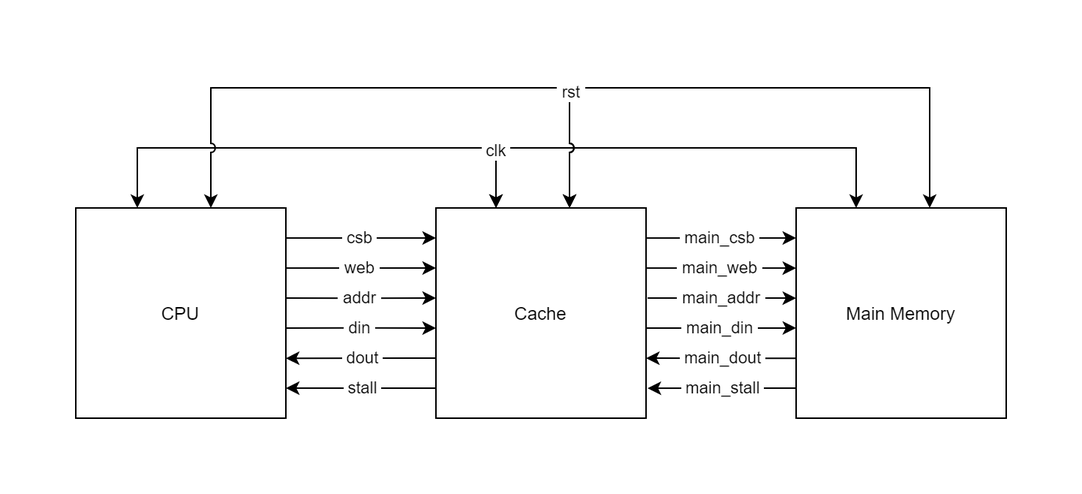
Above: images/port_diagram.png in VLSIDA/OpenCache (draw.io), before the change. Source tidied: cells renumbered, new cells last; positions are measured from the earlier drawing's top-left corner, leaving out a move shared by most shapes. Source of this version:
```xml
<mxGraphModel>
  <root>
    <mxCell id="0" />
    <mxCell id="1" parent="0" />
    <mxCell id="2" style="edgeStyle=orthogonalEdgeStyle;rounded=0;jettySize=auto;html=1;entryX=0.286;entryY=0;entryDx=0;entryDy=0;startArrow=classic;startFill=1;entryPerimeter=0;" parent="1" edge="1" target="7">
      <mxGeometry relative="1" as="geometry">
        <mxPoint x="41" y="80" as="sourcePoint" />
        <Array as="points">
          <mxPoint x="41" y="40" />
          <mxPoint x="280" y="40" />
        </Array>
      </mxGeometry>
    </mxCell>
    <mxCell id="3" value="CPU" style="whiteSpace=wrap;html=1;" parent="1" vertex="1">
      <mxGeometry y="80" width="140" height="140" as="geometry" />
    </mxCell>
    <mxCell id="4" value="Main Memory" style="whiteSpace=wrap;html=1;" parent="1" vertex="1">
      <mxGeometry x="480" y="80" width="140" height="140" as="geometry" />
    </mxCell>
    <mxCell id="5" style="edgeStyle=orthogonalEdgeStyle;rounded=0;jettySize=auto;html=1;startArrow=classic;startFill=1;" parent="1" edge="1" source="7">
      <mxGeometry relative="1" as="geometry">
        <mxPoint x="520" y="80" as="targetPoint" />
        <Array as="points">
          <mxPoint x="280" y="40" />
          <mxPoint x="520" y="40" />
          <mxPoint x="520" y="80" />
        </Array>
      </mxGeometry>
    </mxCell>
    <mxCell id="6" value="&amp;nbsp;clk&amp;nbsp;" style="edgeLabel;html=1;align=center;verticalAlign=middle;" parent="5" vertex="1">
      <mxGeometry x="-0.76" y="1" relative="1" as="geometry" />
    </mxCell>
    <mxCell id="7" value="Cache" style="whiteSpace=wrap;html=1;" parent="1" vertex="1">
      <mxGeometry x="240" y="80" width="140" height="140" as="geometry" />
    </mxCell>
    <mxCell id="8" value="&amp;nbsp;csb&amp;nbsp;" style="edgeStyle=orthogonalEdgeStyle;rounded=0;jettySize=auto;html=1;entryX=0;entryY=0.143;entryDx=0;entryDy=0;entryPerimeter=0;exitX=1;exitY=0.143;exitDx=0;exitDy=0;exitPerimeter=0;" parent="1" edge="1" source="3" target="7">
      <mxGeometry x="-0.01" relative="1" as="geometry" />
    </mxCell>
    <mxCell id="9" value="&amp;nbsp;web&amp;nbsp;" style="edgeStyle=orthogonalEdgeStyle;rounded=0;jettySize=auto;html=1;entryX=0;entryY=0.165;entryDx=0;entryDy=0;entryPerimeter=0;exitX=1;exitY=0.286;exitDx=0;exitDy=0;exitPerimeter=0;" parent="1" edge="1" source="3">
      <mxGeometry x="-0.01" relative="1" as="geometry">
        <mxPoint x="240" y="120" as="targetPoint" />
      </mxGeometry>
    </mxCell>
    <mxCell id="10" value="&amp;nbsp;addr&amp;nbsp;" style="edgeStyle=orthogonalEdgeStyle;rounded=0;jettySize=auto;html=1;entryX=0;entryY=0.165;entryDx=0;entryDy=0;entryPerimeter=0;exitX=1;exitY=0.429;exitDx=0;exitDy=0;exitPerimeter=0;" parent="1" edge="1" source="3">
      <mxGeometry x="-0.01" relative="1" as="geometry">
        <mxPoint x="240" y="140" as="targetPoint" />
      </mxGeometry>
    </mxCell>
    <mxCell id="11" value="&amp;nbsp;din&amp;nbsp;" style="edgeStyle=orthogonalEdgeStyle;rounded=0;jettySize=auto;html=1;entryX=0;entryY=0.165;entryDx=0;entryDy=0;entryPerimeter=0;exitX=1;exitY=0.571;exitDx=0;exitDy=0;exitPerimeter=0;" parent="1" edge="1" source="3">
      <mxGeometry x="-0.01" relative="1" as="geometry">
        <mxPoint x="240" y="160" as="targetPoint" />
      </mxGeometry>
    </mxCell>
    <mxCell id="12" value="&amp;nbsp;dout&amp;nbsp;" style="edgeStyle=orthogonalEdgeStyle;rounded=0;jettySize=auto;html=1;entryX=1;entryY=0.715;entryDx=0;entryDy=0;entryPerimeter=0;" parent="1" edge="1" target="3">
      <mxGeometry x="-0.01" relative="1" as="geometry">
        <mxPoint x="240" y="180" as="sourcePoint" />
        <Array as="points">
          <mxPoint x="220" y="180" />
        </Array>
      </mxGeometry>
    </mxCell>
    <mxCell id="13" value="&amp;nbsp;stall&amp;nbsp;" style="edgeStyle=orthogonalEdgeStyle;rounded=0;jettySize=auto;html=1;entryX=1;entryY=0.857;entryDx=0;entryDy=0;entryPerimeter=0;" parent="1" edge="1" target="3">
      <mxGeometry x="-0.01" relative="1" as="geometry">
        <mxPoint x="240" y="200" as="sourcePoint" />
      </mxGeometry>
    </mxCell>
    <mxCell id="14" value="&amp;nbsp;main_csb&amp;nbsp;" style="edgeStyle=orthogonalEdgeStyle;rounded=0;jettySize=auto;html=1;entryX=0;entryY=0.143;entryDx=0;entryDy=0;entryPerimeter=0;" parent="1" edge="1" target="4">
      <mxGeometry x="-0.01" relative="1" as="geometry">
        <mxPoint x="380" y="100" as="sourcePoint" />
      </mxGeometry>
    </mxCell>
    <mxCell id="15" value="&amp;nbsp;main_web&amp;nbsp;" style="edgeStyle=orthogonalEdgeStyle;rounded=0;jettySize=auto;html=1;entryX=0;entryY=0.286;entryDx=0;entryDy=0;entryPerimeter=0;" parent="1" edge="1" target="4">
      <mxGeometry x="-0.01" relative="1" as="geometry">
        <mxPoint x="380" y="120" as="sourcePoint" />
      </mxGeometry>
    </mxCell>
    <mxCell id="16" value="&amp;nbsp;main_addr&amp;nbsp;" style="edgeStyle=orthogonalEdgeStyle;rounded=0;jettySize=auto;html=1;entryX=0;entryY=0.429;entryDx=0;entryDy=0;entryPerimeter=0;" parent="1" edge="1" target="4">
      <mxGeometry x="-0.01" relative="1" as="geometry">
        <mxPoint x="381" y="140" as="sourcePoint" />
      </mxGeometry>
    </mxCell>
    <mxCell id="17" value="&amp;nbsp;main_din&amp;nbsp;" style="edgeStyle=orthogonalEdgeStyle;rounded=0;jettySize=auto;html=1;entryX=0;entryY=0.571;entryDx=0;entryDy=0;entryPerimeter=0;" parent="1" edge="1" target="4">
      <mxGeometry x="-0.01" relative="1" as="geometry">
        <mxPoint x="380" y="160" as="sourcePoint" />
      </mxGeometry>
    </mxCell>
    <mxCell id="18" value="&amp;nbsp;main_dout&amp;nbsp;" style="edgeStyle=orthogonalEdgeStyle;rounded=0;jettySize=auto;html=1;entryX=0;entryY=0.165;entryDx=0;entryDy=0;entryPerimeter=0;exitX=0;exitY=0.715;exitDx=0;exitDy=0;exitPerimeter=0;" parent="1" edge="1" source="4">
      <mxGeometry x="-0.01" relative="1" as="geometry">
        <mxPoint x="380" y="180" as="targetPoint" />
      </mxGeometry>
    </mxCell>
    <mxCell id="19" value="&amp;nbsp;main_stall&amp;nbsp;" style="edgeStyle=orthogonalEdgeStyle;rounded=0;jettySize=auto;html=1;entryX=0;entryY=0.165;entryDx=0;entryDy=0;entryPerimeter=0;exitX=0;exitY=0.857;exitDx=0;exitDy=0;exitPerimeter=0;" parent="1" edge="1" source="4">
      <mxGeometry x="-0.01" relative="1" as="geometry">
        <mxPoint x="381" y="200" as="targetPoint" />
      </mxGeometry>
    </mxCell>
    <mxCell id="20" style="edgeStyle=orthogonalEdgeStyle;rounded=0;orthogonalLoop=1;jettySize=auto;html=1;entryX=0.286;entryY=0;entryDx=0;entryDy=0;startArrow=classic;startFill=1;entryPerimeter=0;jumpStyle=arc;" parent="1" edge="1">
      <mxGeometry relative="1" as="geometry">
        <mxPoint x="90" y="80" as="sourcePoint" />
        <mxPoint x="329" y="80" as="targetPoint" />
        <Array as="points">
          <mxPoint x="90" />
          <mxPoint x="329" />
        </Array>
      </mxGeometry>
    </mxCell>
    <mxCell id="21" style="edgeStyle=orthogonalEdgeStyle;rounded=0;orthogonalLoop=1;jettySize=auto;html=1;startArrow=classic;startFill=1;jumpStyle=arc;" parent="1" edge="1">
      <mxGeometry relative="1" as="geometry">
        <mxPoint x="329" y="80" as="sourcePoint" />
        <mxPoint x="569" y="80" as="targetPoint" />
        <Array as="points">
          <mxPoint x="329" />
          <mxPoint x="569" />
        </Array>
      </mxGeometry>
    </mxCell>
    <mxCell id="22" value="&amp;nbsp;rst&amp;nbsp;" style="edgeLabel;html=1;align=center;verticalAlign=middle;" parent="21" vertex="1">
      <mxGeometry x="-0.61" relative="1" as="geometry" />
    </mxCell>
  </root>
</mxGraphModel>
```
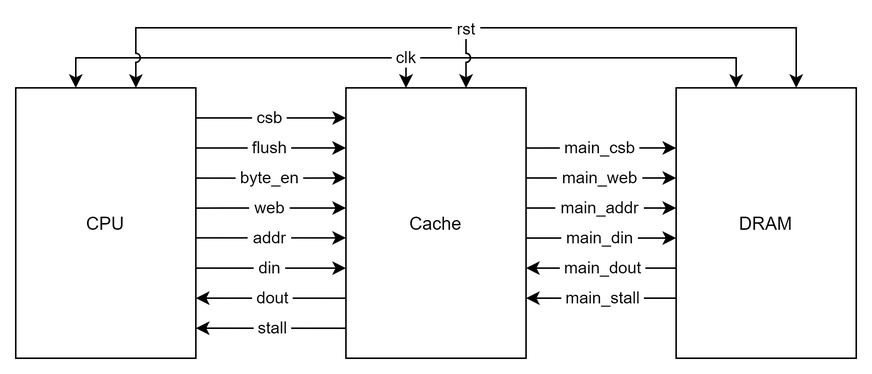
After the change.

Diff of the diagram source:
```diff
@@ -2,120 +2,155 @@
   <root>
     <mxCell id="0" />
     <mxCell id="1" parent="0" />
-    <mxCell id="2" style="edgeStyle=orthogonalEdgeStyle;rounded=0;jettySize=auto;html=1;entryX=0.286;entryY=0;entryDx=0;entryDy=0;startArrow=classic;startFill=1;entryPerimeter=0;" parent="1" edge="1" target="7">
+    <mxCell id="2" style="edgeStyle=orthogonalEdgeStyle;rounded=0;jettySize=auto;html=1;entryX=0.286;entryY=0;entryDx=0;entryDy=0;startArrow=classic;startFill=1;entryPerimeter=0;exitX=0.333;exitY=0;exitDx=0;exitDy=0;exitPerimeter=0;" parent="1" edge="1" source="16">
       <mxGeometry relative="1" as="geometry">
-        <mxPoint x="41" y="80" as="sourcePoint" />
+        <mxPoint x="1350" y="510" as="targetPoint" />
         <Array as="points">
-          <mxPoint x="41" y="40" />
-          <mxPoint x="280" y="40" />
+          <mxPoint x="1130" y="490" />
+          <mxPoint x="1350" y="490" />
         </Array>
       </mxGeometry>
     </mxCell>
-    <mxCell id="3" value="CPU" style="whiteSpace=wrap;html=1;" parent="1" vertex="1">
-      <mxGeometry y="80" width="140" height="140" as="geometry" />
+    <mxCell id="3" style="edgeStyle=orthogonalEdgeStyle;rounded=0;jettySize=auto;html=1;startArrow=classic;startFill=1;entryX=0.333;entryY=0;entryDx=0;entryDy=0;entryPerimeter=0;" parent="1" edge="1" target="20">
+      <mxGeometry relative="1" as="geometry">
+        <mxPoint x="1350" y="510" as="sourcePoint" />
+        <Array as="points">
+          <mxPoint x="1350" y="490" />
+          <mxPoint x="1570" y="490" />
+        </Array>
+      </mxGeometry>
     </mxCell>
-    <mxCell id="4" value="Main Memory" style="whiteSpace=wrap;html=1;" parent="1" vertex="1">
-      <mxGeometry x="480" y="80" width="140" height="140" as="geometry" />
+    <mxCell id="4" value="&amp;nbsp;clk&amp;nbsp;" style="edgeLabel;html=1;align=center;verticalAlign=middle;points=[];" parent="3" vertex="1">
+      <mxGeometry x="-0.76" y="1" relative="1" as="geometry">
+        <mxPoint x="-12" as="offset" />
+      </mxGeometry>
     </mxCell>
-    <mxCell id="5" style="edgeStyle=orthogonalEdgeStyle;rounded=0;jettySize=auto;html=1;startArrow=classic;startFill=1;" parent="1" edge="1" source="7">
-      <mxGeometry relative="1" as="geometry">
-        <mxPoint x="520" y="80" as="targetPoint" />
-        <Array as="points">
-          <mxPoint x="280" y="40" />
-          <mxPoint x="520" y="40" />
-          <mxPoint x="520" y="80" />
-        </Array>
+    <mxCell id="5" value="&amp;nbsp;csb&amp;nbsp;" style="edgeStyle=orthogonalEdgeStyle;rounded=0;orthogonalLoop=1;jettySize=auto;html=1;entryX=0;entryY=0.143;entryDx=0;entryDy=0;entryPerimeter=0;exitX=1;exitY=0.143;exitDx=0;exitDy=0;exitPerimeter=0;" parent="1" edge="1">
+      <mxGeometry x="-0.01" relative="1" as="geometry">
+        <mxPoint x="1210" y="530" as="sourcePoint" />
+        <mxPoint x="1310" y="530" as="targetPoint" />
       </mxGeometry>
     </mxCell>
-    <mxCell id="6" value="&amp;nbsp;clk&amp;nbsp;" style="edgeLabel;html=1;align=center;verticalAlign=middle;" parent="5" vertex="1">
-      <mxGeometry x="-0.76" y="1" relative="1" as="geometry" />
+    <mxCell id="6" value="&amp;nbsp;flush&amp;nbsp;" style="edgeStyle=orthogonalEdgeStyle;rounded=0;orthogonalLoop=1;jettySize=auto;html=1;entryX=0;entryY=0.165;entryDx=0;entryDy=0;entryPerimeter=0;exitX=1;exitY=0.286;exitDx=0;exitDy=0;exitPerimeter=0;" parent="1" edge="1">
+      <mxGeometry x="-0.01" relative="1" as="geometry">
+        <mxPoint x="1210" y="550" as="sourcePoint" />
+        <mxPoint x="1310" y="550" as="targetPoint" />
+      </mxGeometry>
     </mxCell>
-    <mxCell id="7" value="Cache" style="whiteSpace=wrap;html=1;" parent="1" vertex="1">
-      <mxGeometry x="240" y="80" width="140" height="140" as="geometry" />
+    <mxCell id="7" value="&amp;nbsp;addr&amp;nbsp;" style="edgeStyle=orthogonalEdgeStyle;rounded=0;orthogonalLoop=1;jettySize=auto;html=1;entryX=1;entryY=0.857;entryDx=0;entryDy=0;entryPerimeter=0;exitX=1;exitY=0.857;exitDx=0;exitDy=0;exitPerimeter=0;" parent="1" edge="1">
+      <mxGeometry x="-0.01" relative="1" as="geometry">
+        <mxPoint x="1210" y="609.9" as="sourcePoint" />
+        <mxPoint x="1310" y="609.9" as="targetPoint" />
+      </mxGeometry>
     </mxCell>
-    <mxCell id="8" value="&amp;nbsp;csb&amp;nbsp;" style="edgeStyle=orthogonalEdgeStyle;rounded=0;jettySize=auto;html=1;entryX=0;entryY=0.143;entryDx=0;entryDy=0;entryPerimeter=0;exitX=1;exitY=0.143;exitDx=0;exitDy=0;exitPerimeter=0;" parent="1" edge="1" source="3" target="7">
-      <mxGeometry x="-0.01" relative="1" as="geometry" />
+    <mxCell id="8" value="&amp;nbsp;main_csb&amp;nbsp;" style="edgeStyle=orthogonalEdgeStyle;rounded=0;orthogonalLoop=1;jettySize=auto;html=1;entryX=0;entryY=0.143;entryDx=0;entryDy=0;entryPerimeter=0;" parent="1" edge="1">
+      <mxGeometry x="-0.01" relative="1" as="geometry">
+        <mxPoint x="1430" y="550" as="sourcePoint" />
+        <mxPoint x="1530" y="550" as="targetPoint" />
+        <Array as="points">
+          <mxPoint x="1500" y="550" />
+          <mxPoint x="1500" y="550" />
+        </Array>
+      </mxGeometry>
     </mxCell>
-    <mxCell id="9" value="&amp;nbsp;web&amp;nbsp;" style="edgeStyle=orthogonalEdgeStyle;rounded=0;jettySize=auto;html=1;entryX=0;entryY=0.165;entryDx=0;entryDy=0;entryPerimeter=0;exitX=1;exitY=0.286;exitDx=0;exitDy=0;exitPerimeter=0;" parent="1" edge="1" source="3">
+    <mxCell id="9" value="&amp;nbsp;main_web&amp;nbsp;" style="edgeStyle=orthogonalEdgeStyle;rounded=0;orthogonalLoop=1;jettySize=auto;html=1;entryX=0;entryY=0.286;entryDx=0;entryDy=0;entryPerimeter=0;" parent="1" edge="1">
       <mxGeometry x="-0.01" relative="1" as="geometry">
-        <mxPoint x="240" y="120" as="targetPoint" />
+        <mxPoint x="1430" y="570" as="sourcePoint" />
+        <mxPoint x="1530" y="570" as="targetPoint" />
       </mxGeometry>
     </mxCell>
-    <mxCell id="10" value="&amp;nbsp;addr&amp;nbsp;" style="edgeStyle=orthogonalEdgeStyle;rounded=0;jettySize=auto;html=1;entryX=0;entryY=0.165;entryDx=0;entryDy=0;entryPerimeter=0;exitX=1;exitY=0.429;exitDx=0;exitDy=0;exitPerimeter=0;" parent="1" edge="1" source="3">
-      <mxGeometry x="-0.01" relative="1" as="geometry">
-        <mxPoint x="240" y="140" as="targetPoint" />
+    <mxCell id="10" style="edgeStyle=orthogonalEdgeStyle;rounded=0;jettySize=auto;html=1;startArrow=classic;startFill=1;jumpStyle=arc;exitX=0.667;exitY=0;exitDx=0;exitDy=0;exitPerimeter=0;" parent="1" edge="1" source="16">
+      <mxGeometry relative="1" as="geometry">
+        <mxPoint x="1390" y="510" as="targetPoint" />
+        <Array as="points">
+          <mxPoint x="1170" y="470" />
+          <mxPoint x="1390" y="470" />
+        </Array>
       </mxGeometry>
     </mxCell>
-    <mxCell id="11" value="&amp;nbsp;din&amp;nbsp;" style="edgeStyle=orthogonalEdgeStyle;rounded=0;jettySize=auto;html=1;entryX=0;entryY=0.165;entryDx=0;entryDy=0;entryPerimeter=0;exitX=1;exitY=0.571;exitDx=0;exitDy=0;exitPerimeter=0;" parent="1" edge="1" source="3">
-      <mxGeometry x="-0.01" relative="1" as="geometry">
-        <mxPoint x="240" y="160" as="targetPoint" />
+    <mxCell id="11" style="edgeStyle=orthogonalEdgeStyle;rounded=0;jettySize=auto;html=1;startArrow=classic;startFill=1;jumpStyle=arc;entryX=0.667;entryY=0;entryDx=0;entryDy=0;entryPerimeter=0;exitX=0.667;exitY=0;exitDx=0;exitDy=0;exitPerimeter=0;" parent="1" edge="1" source="17" target="20">
+      <mxGeometry relative="1" as="geometry">
+        <Array as="points">
+          <mxPoint x="1390" y="470" />
+          <mxPoint x="1610" y="470" />
+        </Array>
       </mxGeometry>
     </mxCell>
-    <mxCell id="12" value="&amp;nbsp;dout&amp;nbsp;" style="edgeStyle=orthogonalEdgeStyle;rounded=0;jettySize=auto;html=1;entryX=1;entryY=0.715;entryDx=0;entryDy=0;entryPerimeter=0;" parent="1" edge="1" target="3">
-      <mxGeometry x="-0.01" relative="1" as="geometry">
-        <mxPoint x="240" y="180" as="sourcePoint" />
-        <Array as="points">
-          <mxPoint x="220" y="180" />
-        </Array>
+    <mxCell id="12" value="&amp;nbsp;rst&amp;nbsp;" style="edgeLabel;html=1;align=center;verticalAlign=middle;" parent="11" vertex="1">
+      <mxGeometry x="-0.61" relative="1" as="geometry">
+        <mxPoint x="-19" as="offset" />
       </mxGeometry>
     </mxCell>
-    <mxCell id="13" value="&amp;nbsp;stall&amp;nbsp;" style="edgeStyle=orthogonalEdgeStyle;rounded=0;jettySize=auto;html=1;entryX=1;entryY=0.857;entryDx=0;entryDy=0;entryPerimeter=0;" parent="1" edge="1" target="3">
+    <mxCell id="13" value="&amp;nbsp;din&amp;nbsp;" style="edgeStyle=orthogonalEdgeStyle;rounded=0;orthogonalLoop=1;jettySize=auto;html=1;entryX=1;entryY=0.857;entryDx=0;entryDy=0;entryPerimeter=0;exitX=1;exitY=0.857;exitDx=0;exitDy=0;exitPerimeter=0;" parent="1" edge="1">
       <mxGeometry x="-0.01" relative="1" as="geometry">
-        <mxPoint x="240" y="200" as="sourcePoint" />
+        <mxPoint x="1210" y="630" as="sourcePoint" />
+        <mxPoint x="1310" y="630" as="targetPoint" />
       </mxGeometry>
     </mxCell>
-    <mxCell id="14" value="&amp;nbsp;main_csb&amp;nbsp;" style="edgeStyle=orthogonalEdgeStyle;rounded=0;jettySize=auto;html=1;entryX=0;entryY=0.143;entryDx=0;entryDy=0;entryPerimeter=0;" parent="1" edge="1" target="4">
+    <mxCell id="14" value="&amp;nbsp;dout&amp;nbsp;" style="edgeStyle=orthogonalEdgeStyle;rounded=0;orthogonalLoop=1;jettySize=auto;html=1;entryX=1;entryY=0.857;entryDx=0;entryDy=0;entryPerimeter=0;exitX=1;exitY=0.857;exitDx=0;exitDy=0;exitPerimeter=0;" parent="1" edge="1">
       <mxGeometry x="-0.01" relative="1" as="geometry">
-        <mxPoint x="380" y="100" as="sourcePoint" />
+        <mxPoint x="1310" y="650" as="sourcePoint" />
+        <mxPoint x="1210" y="650" as="targetPoint" />
       </mxGeometry>
     </mxCell>
-    <mxCell id="15" value="&amp;nbsp;main_web&amp;nbsp;" style="edgeStyle=orthogonalEdgeStyle;rounded=0;jettySize=auto;html=1;entryX=0;entryY=0.286;entryDx=0;entryDy=0;entryPerimeter=0;" parent="1" edge="1" target="4">
+    <mxCell id="15" value="&amp;nbsp;stall&amp;nbsp;" style="edgeStyle=orthogonalEdgeStyle;rounded=0;orthogonalLoop=1;jettySize=auto;html=1;entryX=1;entryY=0.857;entryDx=0;entryDy=0;entryPerimeter=0;exitX=1;exitY=0.857;exitDx=0;exitDy=0;exitPerimeter=0;" parent="1" edge="1">
       <mxGeometry x="-0.01" relative="1" as="geometry">
-        <mxPoint x="380" y="120" as="sourcePoint" />
+        <mxPoint x="1310" y="670" as="sourcePoint" />
+        <mxPoint x="1210" y="670" as="targetPoint" />
       </mxGeometry>
     </mxCell>
-    <mxCell id="16" value="&amp;nbsp;main_addr&amp;nbsp;" style="edgeStyle=orthogonalEdgeStyle;rounded=0;jettySize=auto;html=1;entryX=0;entryY=0.429;entryDx=0;entryDy=0;entryPerimeter=0;" parent="1" edge="1" target="4">
-      <mxGeometry x="-0.01" relative="1" as="geometry">
-        <mxPoint x="381" y="140" as="sourcePoint" />
-      </mxGeometry>
+    <mxCell id="16" value="CPU" style="rounded=0;whiteSpace=wrap;html=1;" parent="1" vertex="1">
+      <mxGeometry x="1090" y="510" width="120" height="180" as="geometry" />
     </mxCell>
-    <mxCell id="17" value="&amp;nbsp;main_din&amp;nbsp;" style="edgeStyle=orthogonalEdgeStyle;rounded=0;jettySize=auto;html=1;entryX=0;entryY=0.571;entryDx=0;entryDy=0;entryPerimeter=0;" parent="1" edge="1" target="4">
-      <mxGeometry x="-0.01" relative="1" as="geometry">
-        <mxPoint x="380" y="160" as="sourcePoint" />
-      </mxGeometry>
+    <mxCell id="17" value="Cache" style="rounded=0;whiteSpace=wrap;html=1;" parent="1" vertex="1">
+      <mxGeometry x="1310" y="510" width="120" height="180" as="geometry" />
     </mxCell>
-    <mxCell id="18" value="&amp;nbsp;main_dout&amp;nbsp;" style="edgeStyle=orthogonalEdgeStyle;rounded=0;jettySize=auto;html=1;entryX=0;entryY=0.165;entryDx=0;entryDy=0;entryPerimeter=0;exitX=0;exitY=0.715;exitDx=0;exitDy=0;exitPerimeter=0;" parent="1" edge="1" source="4">
+    <mxCell id="18" value="&amp;nbsp;byte_en&amp;nbsp;" style="edgeStyle=orthogonalEdgeStyle;rounded=0;orthogonalLoop=1;jettySize=auto;html=1;entryX=0;entryY=0.165;entryDx=0;entryDy=0;entryPerimeter=0;exitX=1;exitY=0.286;exitDx=0;exitDy=0;exitPerimeter=0;" parent="1" edge="1">
       <mxGeometry x="-0.01" relative="1" as="geometry">
-        <mxPoint x="380" y="180" as="targetPoint" />
+        <mxPoint x="1210" y="570.1" as="sourcePoint" />
+        <mxPoint x="1310" y="570" as="targetPoint" />
+        <Array as="points">
+          <mxPoint x="1260" y="570" />
+          <mxPoint x="1310" y="570" />
+        </Array>
       </mxGeometry>
     </mxCell>
-    <mxCell id="19" value="&amp;nbsp;main_stall&amp;nbsp;" style="edgeStyle=orthogonalEdgeStyle;rounded=0;jettySize=auto;html=1;entryX=0;entryY=0.165;entryDx=0;entryDy=0;entryPerimeter=0;exitX=0;exitY=0.857;exitDx=0;exitDy=0;exitPerimeter=0;" parent="1" edge="1" source="4">
+    <mxCell id="19" value="&amp;nbsp;web&amp;nbsp;" style="edgeStyle=orthogonalEdgeStyle;rounded=0;orthogonalLoop=1;jettySize=auto;html=1;entryX=0;entryY=0.165;entryDx=0;entryDy=0;entryPerimeter=0;exitX=1;exitY=0.286;exitDx=0;exitDy=0;exitPerimeter=0;" parent="1" edge="1">
       <mxGeometry x="-0.01" relative="1" as="geometry">
-        <mxPoint x="381" y="200" as="targetPoint" />
+        <mxPoint x="1210" y="590" as="sourcePoint" />
+        <mxPoint x="1310" y="590" as="targetPoint" />
+        <Array as="points">
+          <mxPoint x="1230" y="590" />
+          <mxPoint x="1230" y="590" />
+        </Array>
       </mxGeometry>
     </mxCell>
-    <mxCell id="20" style="edgeStyle=orthogonalEdgeStyle;rounded=0;orthogonalLoop=1;jettySize=auto;html=1;entryX=0.286;entryY=0;entryDx=0;entryDy=0;startArrow=classic;startFill=1;entryPerimeter=0;jumpStyle=arc;" parent="1" edge="1">
-      <mxGeometry relative="1" as="geometry">
-        <mxPoint x="90" y="80" as="sourcePoint" />
-        <mxPoint x="329" y="80" as="targetPoint" />
-        <Array as="points">
-          <mxPoint x="90" />
-          <mxPoint x="329" />
-        </Array>
-      </mxGeometry>
+    <mxCell id="20" value="DRAM" style="rounded=0;whiteSpace=wrap;html=1;" parent="1" vertex="1">
+      <mxGeometry x="1530" y="510" width="120" height="180" as="geometry" />
     </mxCell>
-    <mxCell id="21" style="edgeStyle=orthogonalEdgeStyle;rounded=0;orthogonalLoop=1;jettySize=auto;html=1;startArrow=classic;startFill=1;jumpStyle=arc;" parent="1" edge="1">
-      <mxGeometry relative="1" as="geometry">
-        <mxPoint x="329" y="80" as="sourcePoint" />
-        <mxPoint x="569" y="80" as="targetPoint" />
-        <Array as="points">
-          <mxPoint x="329" />
-          <mxPoint x="569" />
-        </Array>
+    <mxCell id="21" value="&amp;nbsp;main_addr&amp;nbsp;" style="edgeStyle=orthogonalEdgeStyle;rounded=0;orthogonalLoop=1;jettySize=auto;html=1;entryX=0;entryY=0.286;entryDx=0;entryDy=0;entryPerimeter=0;" parent="1" edge="1">
+      <mxGeometry x="-0.01" relative="1" as="geometry">
+        <mxPoint x="1430" y="590" as="sourcePoint" />
+        <mxPoint x="1530" y="590" as="targetPoint" />
       </mxGeometry>
     </mxCell>
-    <mxCell id="22" value="&amp;nbsp;rst&amp;nbsp;" style="edgeLabel;html=1;align=center;verticalAlign=middle;" parent="21" vertex="1">
-      <mxGeometry x="-0.61" relative="1" as="geometry" />
+    <mxCell id="22" value="&amp;nbsp;main_din&amp;nbsp;" style="edgeStyle=orthogonalEdgeStyle;rounded=0;orthogonalLoop=1;jettySize=auto;html=1;entryX=0;entryY=0.286;entryDx=0;entryDy=0;entryPerimeter=0;" parent="1" edge="1">
+      <mxGeometry x="-0.01" relative="1" as="geometry">
+        <mxPoint x="1430" y="610" as="sourcePoint" />
+        <mxPoint x="1530" y="610" as="targetPoint" />
+      </mxGeometry>
     </mxCell>
+    <mxCell id="23" value="&amp;nbsp;main_dout&amp;nbsp;" style="edgeStyle=orthogonalEdgeStyle;rounded=0;orthogonalLoop=1;jettySize=auto;html=1;entryX=0;entryY=0.286;entryDx=0;entryDy=0;entryPerimeter=0;" parent="1" edge="1">
+      <mxGeometry x="-0.01" relative="1" as="geometry">
+        <mxPoint x="1530" y="630" as="sourcePoint" />
+        <mxPoint x="1430" y="630" as="targetPoint" />
+      </mxGeometry>
+    </mxCell>
+    <mxCell id="24" value="&amp;nbsp;main_stall&amp;nbsp;" style="edgeStyle=orthogonalEdgeStyle;rounded=0;orthogonalLoop=1;jettySize=auto;html=1;entryX=0;entryY=0.286;entryDx=0;entryDy=0;entryPerimeter=0;" parent="1" edge="1">
+      <mxGeometry x="-0.01" relative="1" as="geometry">
+        <mxPoint x="1530" y="650" as="sourcePoint" />
+        <mxPoint x="1430" y="650" as="targetPoint" />
+      </mxGeometry>
+    </mxCell>
   </root>
 </mxGraphModel>
```
